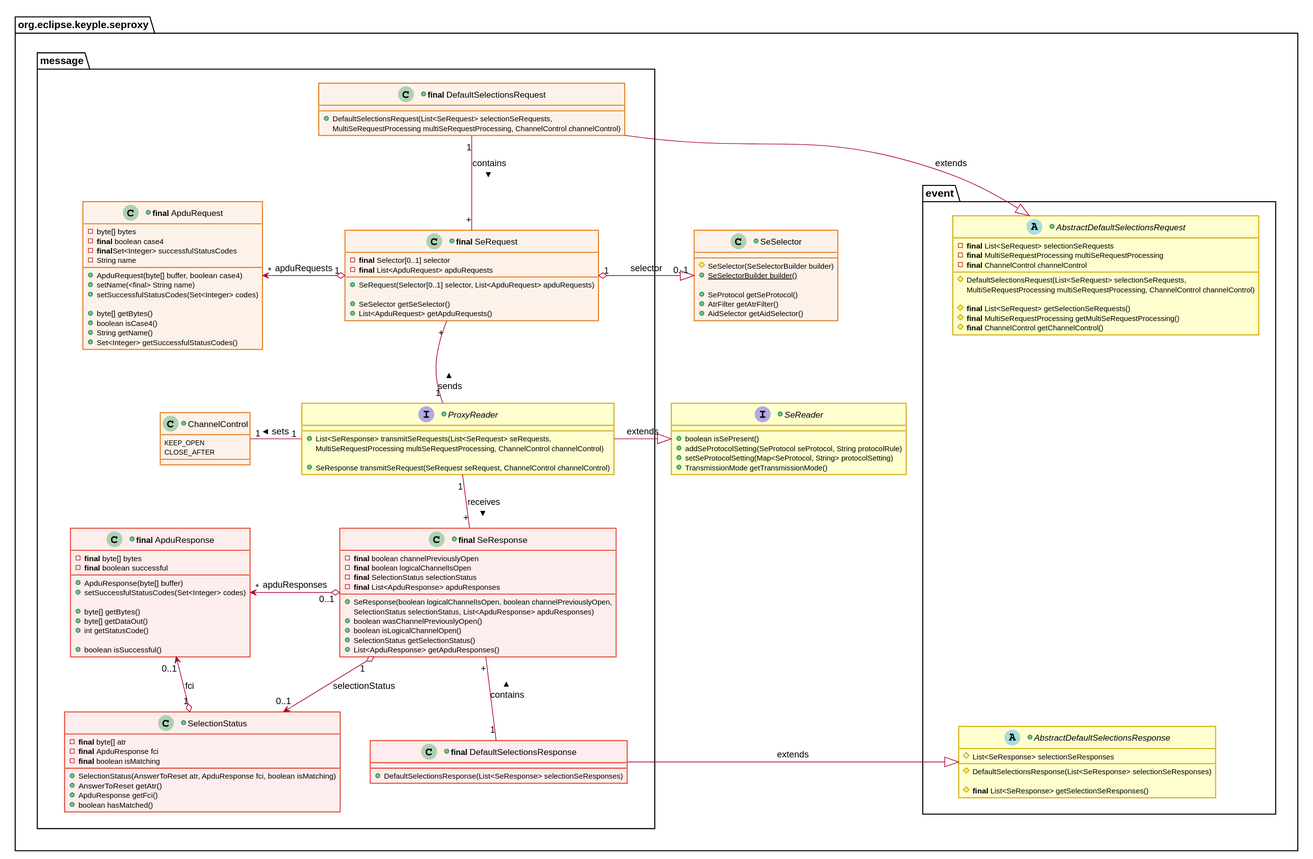
This is docs/KeypleCoreApi/SeChannel/img/KeypleCore_SeChannelApi_ClassDiag_SE_Proxy_ReaderMessage_0_9.svg from calypsonet/keyple, a PlantUML export, as it was before one commit.
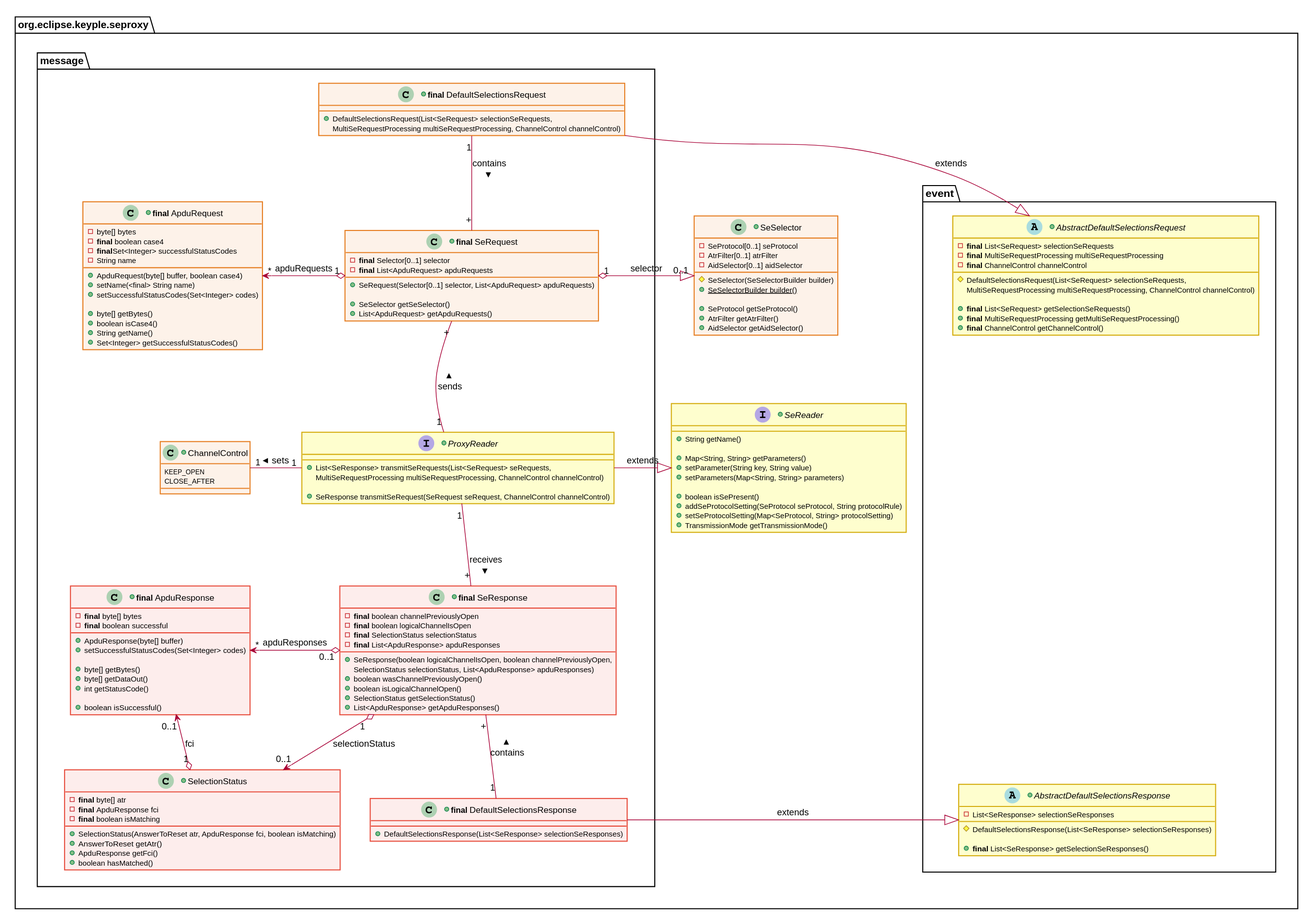
After the change.

Diff of the diagram source:
```diff
@@ -131,6 +131,9 @@
   }
 
 +class SeSelector {
+  -SeProtocol[0..1] seProtocol
+  -AtrFilter[0..1] atrFilter
+  -AidSelector[0..1] aidSelector
   #SeSelector(SeSelectorBuilder builder)
   +{static}SeSelectorBuilder builder()
 
@@ -139,6 +142,12 @@
   +AidSelector getAidSelector()
 }
 +interface SeReader {
+  +String getName()
+
+  +Map<String, String> getParameters()
+  +setParameter(String key, String value)
+  +setParameters(Map<String, String> parameters)
+
   +boolean isSePresent()
   +addSeProtocolSetting(SeProtocol seProtocol, String protocolRule)
   +setSeProtocolSetting(Map<SeProtocol, String> protocolSetting)
@@ -159,16 +168,16 @@
   #DefaultSelectionsRequest(List<SeRequest> selectionSeRequests,
       MultiSeRequestProcessing multiSeRequestProcessing, ChannelControl channelControl)
 
-  #<b>final</b> List<SeRequest> getSelectionSeRequests()
-  #<b>final</b> MultiSeRequestProcessing getMultiSeRequestProcessing()
-  #<b>final</b> ChannelControl getChannelControl()
+  +<b>final</b> List<SeRequest> getSelectionSeRequests()
+  +<b>final</b> MultiSeRequestProcessing getMultiSeRequestProcessing()
+  +<b>final</b> ChannelControl getChannelControl()
 }
 
 +abstract AbstractDefaultSelectionsResponse {
-  #List<SeResponse> selectionSeResponses
+  -List<SeResponse> selectionSeResponses
   #DefaultSelectionsResponse(List<SeResponse> selectionSeResponses)
 
-  #<b>final</b> List<SeResponse> getSelectionSeResponses()
+  +<b>final</b> List<SeResponse> getSelectionSeResponses()
 }
 
     AbstractDefaultSelectionsRequest -down[hidden]--- AbstractDefaultSelectionsResponse
```
